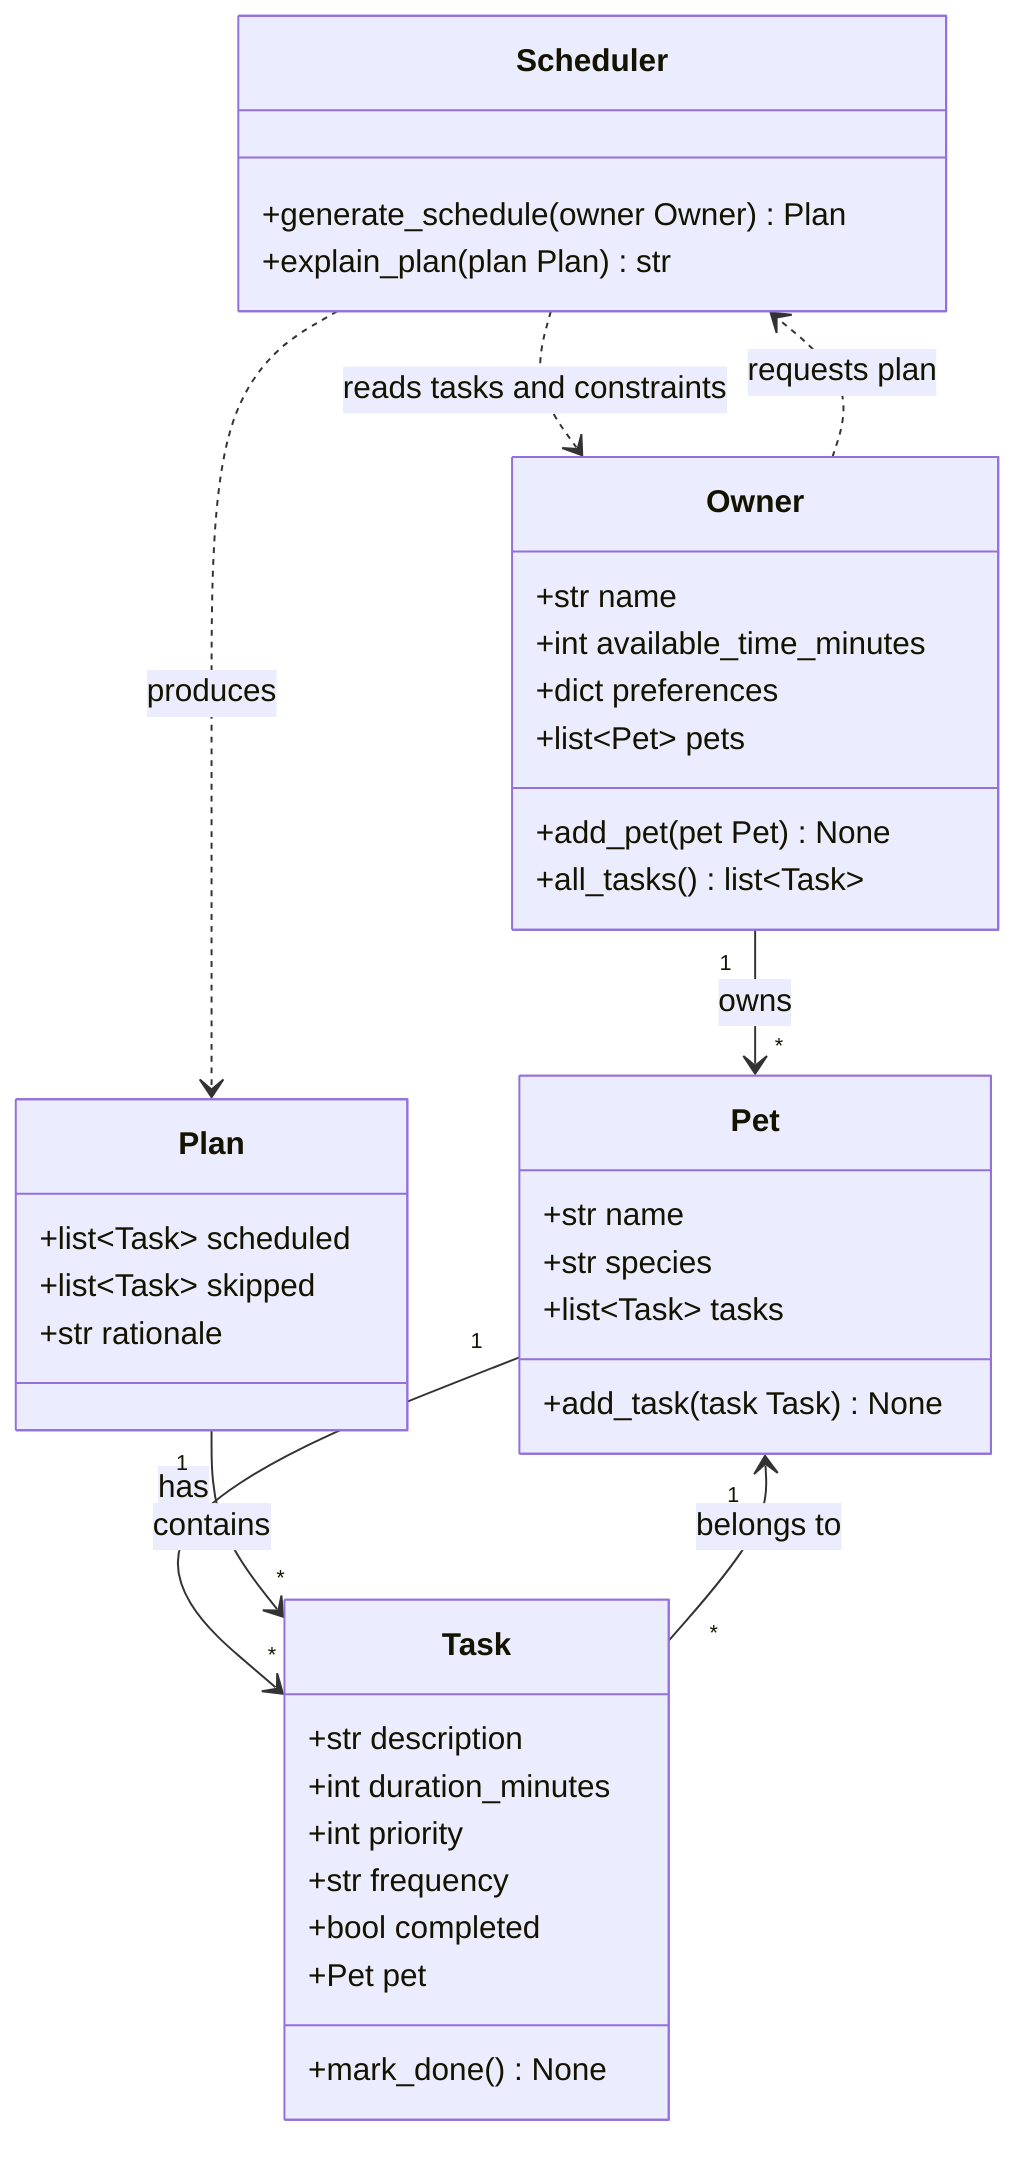
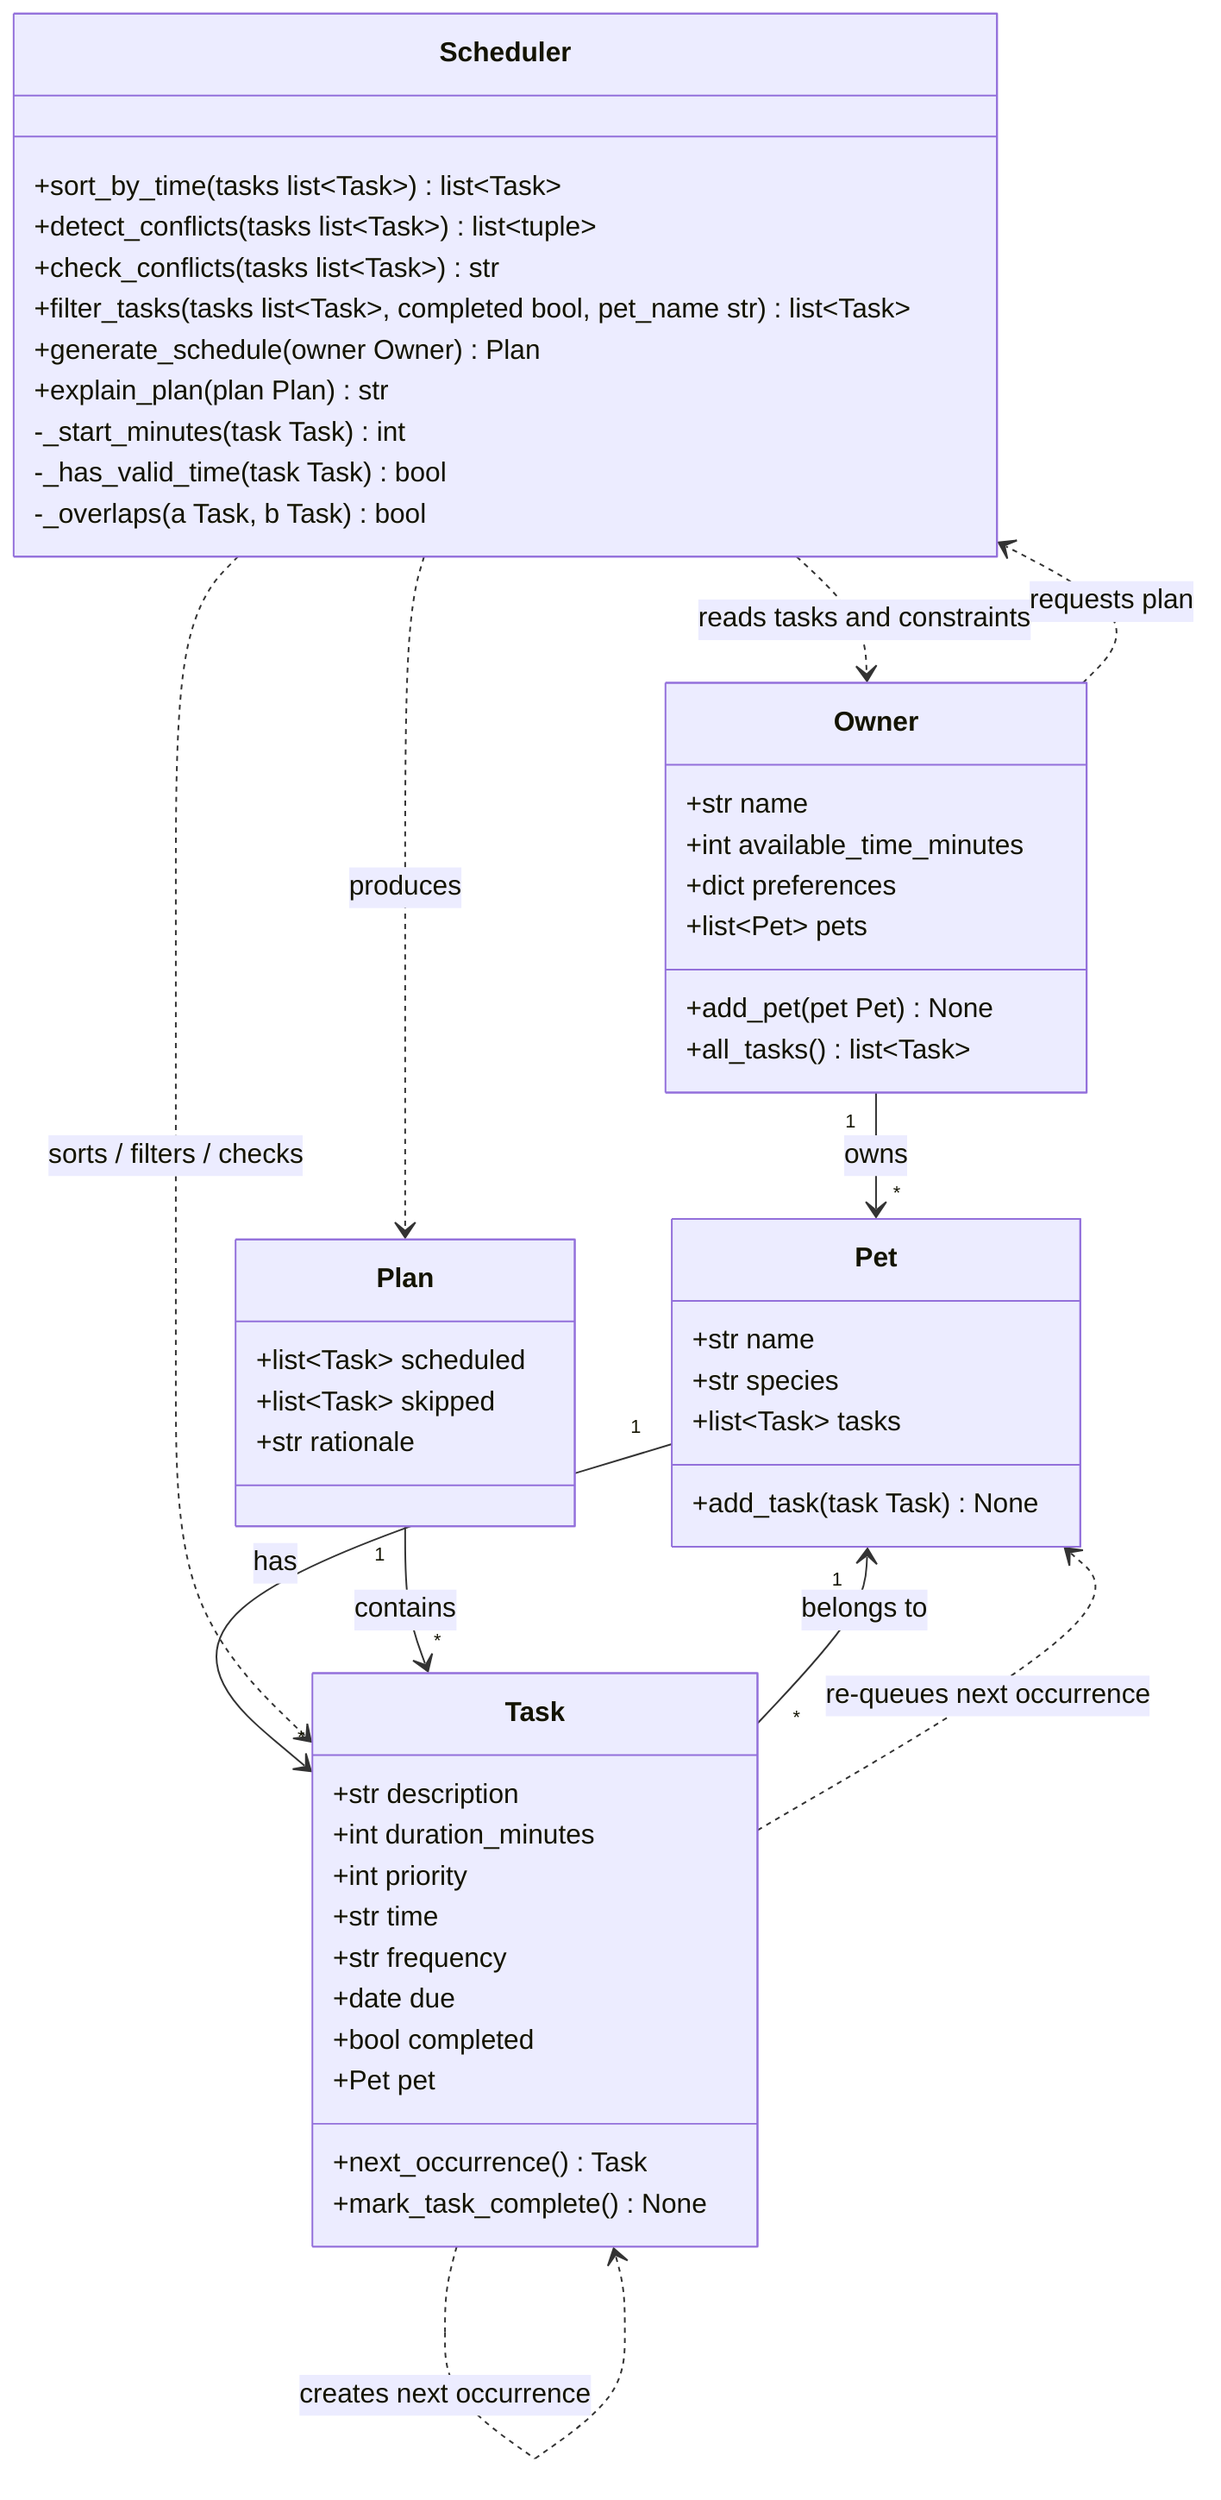
classDiagram
    class Scheduler {
+         +sort_by_time(tasks list~Task~) list~Task~
+         +detect_conflicts(tasks list~Task~) list~tuple~
+         +check_conflicts(tasks list~Task~) str
+         +filter_tasks(tasks list~Task~, completed bool, pet_name str) list~Task~
        +generate_schedule(owner Owner) Plan
        +explain_plan(plan Plan) str
+         -_start_minutes(task Task) int
+         -_has_valid_time(task Task) bool
+         -_overlaps(a Task, b Task) bool
    }

    class Plan {
        +list~Task~ scheduled
        +list~Task~ skipped
        +str rationale
    }

    class Owner {
        +str name
        +int available_time_minutes
        +dict preferences
        +list~Pet~ pets
        +add_pet(pet Pet) None
        +all_tasks() list~Task~
    }

    class Pet {
        +str name
        +str species
        +list~Task~ tasks
        +add_task(task Task) None
    }

    class Task {
        +str description
        +int duration_minutes
        +int priority
+         +str time
        +str frequency
+         +date due
        +bool completed
        +Pet pet
-         +mark_done() None
+         +next_occurrence() Task
+         +mark_task_complete() None
    }

    Owner "1" --> "*" Pet : owns
    Pet "1" --> "*" Task : has
    Task "*" --> "1" Pet : belongs to
+     Task ..> Pet : re-queues next occurrence
+     Task ..> Task : creates next occurrence
    Owner ..> Scheduler : requests plan
    Scheduler ..> Owner : reads tasks and constraints
    Scheduler ..> Plan : produces
+     Scheduler ..> Task : sorts / filters / checks
    Plan "1" --> "*" Task : contains
